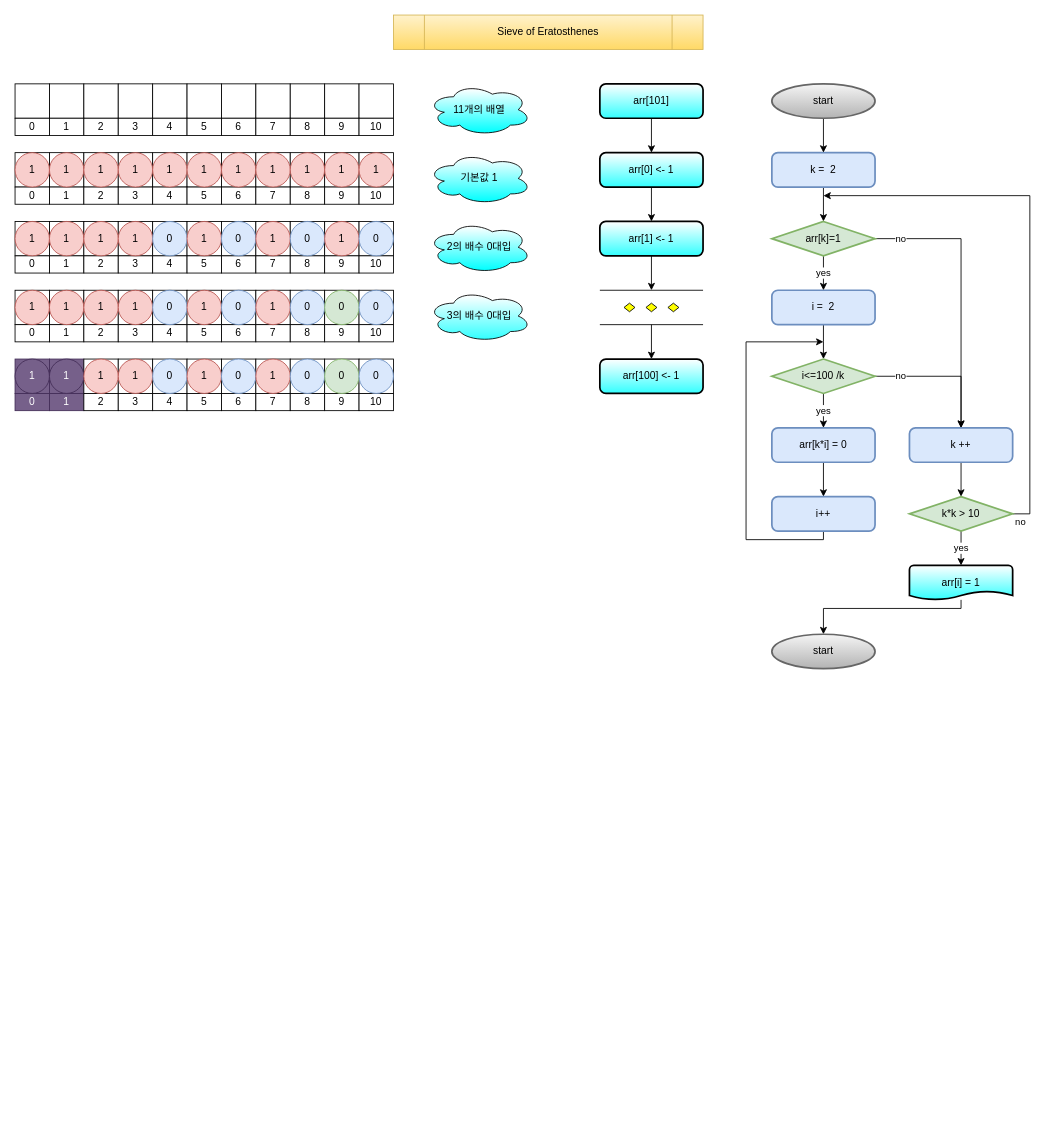
Earlier version of the draw.io diagram Sieve of Eratosthenes/Sieve of Eratosthenes.drawio (thf9323/AlgorithmLab). Source tidied: cells renumbered, new cells numbered last; positions are measured from the earlier drawing's top-left corner, leaving out a move shared by most shapes. Both pictures are drawn from the tidied source at 86%, with x=0, y=0 at pixel (15, 15).
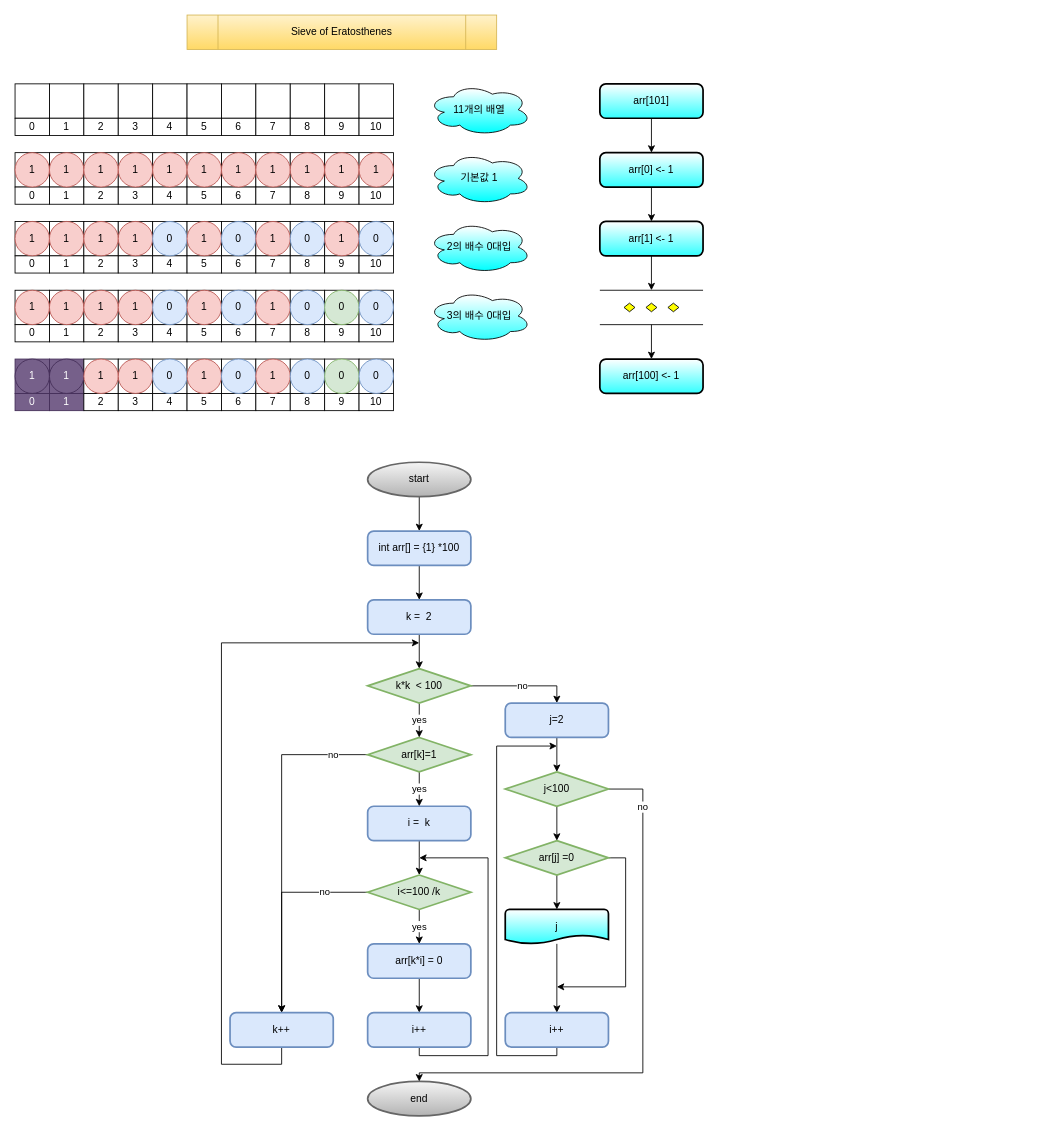
The same page after the edit.

What changed in the source:
```diff
@@
     <mxCell id="24" value="Sieve of Eratosthenes" style="shape=process;whiteSpace=wrap;html=1;backgroundOutline=1;fillColor=#fff2cc;gradientColor=#ffd966;strokeColor=#d6b656;" parent="1" vertex="1">
-      <mxGeometry x="440" width="360" height="40" as="geometry" />
+      <mxGeometry x="200" width="360" height="40" as="geometry" />
     </mxCell>
@@
     <mxCell id="170" style="edgeStyle=orthogonalEdgeStyle;rounded=0;jettySize=auto;html=1;" parent="1" edge="1" source="171">
       <mxGeometry relative="1" as="geometry">
-        <mxPoint x="940" y="400" as="targetPoint" />
+        <mxPoint x="470" y="1000" as="targetPoint" />
       </mxGeometry>
     </mxCell>
-    <mxCell id="171" value="i =&amp;nbsp; 2" style="rounded=1;whiteSpace=wrap;html=1;absoluteArcSize=1;arcSize=14;strokeWidth=2;fillColor=#dae8fc;strokeColor=#6c8ebf;" parent="1" vertex="1">
-      <mxGeometry x="880" y="320" width="120" height="40" as="geometry" />
+    <mxCell id="171" value="i =&amp;nbsp; k" style="rounded=1;whiteSpace=wrap;html=1;absoluteArcSize=1;arcSize=14;strokeWidth=2;fillColor=#dae8fc;strokeColor=#6c8ebf;" parent="1" vertex="1">
+      <mxGeometry x="410" y="920" width="120" height="40" as="geometry" />
     </mxCell>
@@
-    <mxCell id="173" value="no" style="edgeStyle=orthogonalEdgeStyle;rounded=0;jettySize=auto;html=1;entryX=0.5;entryY=0;entryDx=0;entryDy=0;" parent="1" edge="1" source="174" target="182">
-      <mxGeometry x="-0.62" relative="1" as="geometry" />
-    </mxCell>
+    <mxCell id="194" value="no" style="edgeStyle=orthogonalEdgeStyle;rounded=0;jettySize=auto;html=1;entryX=0.5;entryY=0;entryDx=0;entryDy=0;" parent="1" edge="1" source="174" target="201">
+      <mxGeometry x="-0.58" relative="1" as="geometry" />
+    </mxCell>
     <mxCell id="174" value="i&amp;lt;=100 /k" style="strokeWidth=2;html=1;shape=mxgraph.flowchart.decision;whiteSpace=wrap;fillColor=#d5e8d4;strokeColor=#82b366;" parent="1" vertex="1">
-      <mxGeometry x="880" y="400" width="120" height="40" as="geometry" />
+      <mxGeometry x="410" y="1000" width="120" height="40" as="geometry" />
     </mxCell>
@@
     <mxCell id="176" value="arr[k*i] = 0" style="rounded=1;whiteSpace=wrap;html=1;absoluteArcSize=1;arcSize=14;strokeWidth=2;fillColor=#dae8fc;strokeColor=#6c8ebf;" parent="1" vertex="1">
-      <mxGeometry x="880" y="480" width="120" height="40" as="geometry" />
+      <mxGeometry x="410" y="1080" width="120" height="40" as="geometry" />
     </mxCell>
-    <mxCell id="177" style="edgeStyle=orthogonalEdgeStyle;rounded=0;jettySize=auto;html=1;" parent="1" edge="1" source="178">
-      <mxGeometry relative="1" as="geometry">
-        <mxPoint x="940" y="380" as="targetPoint" />
-        <Array as="points">
-          <mxPoint x="940" y="610" />
-          <mxPoint x="850" y="610" />
-          <mxPoint x="850" y="380" />
-        </Array>
-      </mxGeometry>
-    </mxCell>
+    <mxCell id="195" style="edgeStyle=orthogonalEdgeStyle;rounded=0;jettySize=auto;html=1;" parent="1" edge="1" source="178">
+      <mxGeometry relative="1" as="geometry">
+        <mxPoint x="470" y="980" as="targetPoint" />
+        <Array as="points">
+          <mxPoint x="470" y="1210" />
+          <mxPoint x="550" y="1210" />
+          <mxPoint x="550" y="980" />
+        </Array>
+      </mxGeometry>
+    </mxCell>
     <mxCell id="178" value="i++" style="rounded=1;whiteSpace=wrap;html=1;absoluteArcSize=1;arcSize=14;strokeWidth=2;fillColor=#dae8fc;strokeColor=#6c8ebf;" parent="1" vertex="1">
-      <mxGeometry x="880" y="560" width="120" height="40" as="geometry" />
+      <mxGeometry x="410" y="1160" width="120" height="40" as="geometry" />
     </mxCell>
-    <mxCell id="179" style="edgeStyle=orthogonalEdgeStyle;rounded=0;jettySize=auto;html=1;" parent="1" edge="1" source="180" target="185">
-      <mxGeometry relative="1" as="geometry" />
-    </mxCell>
+    <mxCell id="196" style="edgeStyle=orthogonalEdgeStyle;rounded=0;jettySize=auto;html=1;" parent="1" edge="1" source="180" target="188">
+      <mxGeometry relative="1" as="geometry" />
+    </mxCell>
     <mxCell id="180" value="k =&amp;nbsp; 2" style="rounded=1;whiteSpace=wrap;html=1;absoluteArcSize=1;arcSize=14;strokeWidth=2;fillColor=#dae8fc;strokeColor=#6c8ebf;" parent="1" vertex="1">
-      <mxGeometry x="880" y="160" width="120" height="40" as="geometry" />
+      <mxGeometry x="410" y="680" width="120" height="40" as="geometry" />
     </mxCell>
-    <mxCell id="181" style="edgeStyle=orthogonalEdgeStyle;rounded=0;jettySize=auto;html=1;" parent="1" edge="1" source="182" target="188">
-      <mxGeometry relative="1" as="geometry" />
-    </mxCell>
-    <mxCell id="182" value="k ++" style="rounded=1;whiteSpace=wrap;html=1;absoluteArcSize=1;arcSize=14;strokeWidth=2;fillColor=#dae8fc;strokeColor=#6c8ebf;" parent="1" vertex="1">
-      <mxGeometry x="1040" y="480" width="120" height="40" as="geometry" />
-    </mxCell>
@@
-    <mxCell id="184" value="no" style="edgeStyle=orthogonalEdgeStyle;rounded=0;jettySize=auto;html=1;entryX=0.5;entryY=0;entryDx=0;entryDy=0;" parent="1" edge="1" source="185" target="182">
-      <mxGeometry x="-0.81" relative="1" as="geometry" />
-    </mxCell>
+    <mxCell id="187" value="no" style="edgeStyle=orthogonalEdgeStyle;rounded=0;jettySize=auto;html=1;" parent="1" edge="1" source="185">
+      <mxGeometry x="-0.8" relative="1" as="geometry">
+        <mxPoint x="310" y="1160" as="targetPoint" />
+        <Array as="points">
+          <mxPoint x="310" y="860" />
+        </Array>
+      </mxGeometry>
+    </mxCell>
     <mxCell id="185" value="arr[k]=1" style="strokeWidth=2;html=1;shape=mxgraph.flowchart.decision;whiteSpace=wrap;fillColor=#d5e8d4;strokeColor=#82b366;" parent="1" vertex="1">
-      <mxGeometry x="880" y="240" width="120" height="40" as="geometry" />
+      <mxGeometry x="410" y="840" width="120" height="40" as="geometry" />
     </mxCell>
-    <mxCell id="186" value="yes" style="edgeStyle=orthogonalEdgeStyle;rounded=0;jettySize=auto;html=1;" parent="1" edge="1" source="188" target="190">
+    <mxCell id="186" value="yes" style="edgeStyle=orthogonalEdgeStyle;rounded=0;jettySize=auto;html=1;" parent="1" edge="1" source="188" target="185">
       <mxGeometry relative="1" as="geometry" />
     </mxCell>
-    <mxCell id="187" value="no" style="edgeStyle=orthogonalEdgeStyle;rounded=0;jettySize=auto;html=1;" parent="1" edge="1" source="188">
-      <mxGeometry x="-0.97" y="-10" relative="1" as="geometry">
-        <mxPoint x="940" y="210" as="targetPoint" />
-        <Array as="points">
-          <mxPoint x="1180" y="580" />
-          <mxPoint x="1180" y="210" />
-        </Array>
-      </mxGeometry>
-    </mxCell>
+    <mxCell id="197" value="no" style="edgeStyle=orthogonalEdgeStyle;rounded=0;jettySize=auto;html=1;entryX=0.5;entryY=0;entryDx=0;entryDy=0;" parent="1" edge="1" source="188" target="203">
+      <mxGeometry relative="1" as="geometry" />
+    </mxCell>
-    <mxCell id="188" value="k*k &amp;gt; 10" style="strokeWidth=2;html=1;shape=mxgraph.flowchart.decision;whiteSpace=wrap;fillColor=#d5e8d4;strokeColor=#82b366;" parent="1" vertex="1">
-      <mxGeometry x="1040" y="560" width="120" height="40" as="geometry" />
+    <mxCell id="188" value="k*k&amp;nbsp; &amp;lt; 100" style="strokeWidth=2;html=1;shape=mxgraph.flowchart.decision;whiteSpace=wrap;fillColor=#d5e8d4;strokeColor=#82b366;" parent="1" vertex="1">
+      <mxGeometry x="410" y="760" width="120" height="40" as="geometry" />
     </mxCell>
-    <mxCell id="189" style="edgeStyle=orthogonalEdgeStyle;rounded=0;jettySize=auto;html=1;entryX=0.5;entryY=0;entryDx=0;entryDy=0;entryPerimeter=0;" parent="1" edge="1" source="190" target="193">
-      <mxGeometry relative="1" as="geometry">
-        <Array as="points">
-          <mxPoint x="1100" y="690" />
-          <mxPoint x="940" y="690" />
-        </Array>
-      </mxGeometry>
-    </mxCell>
+    <mxCell id="198" style="edgeStyle=orthogonalEdgeStyle;rounded=0;jettySize=auto;html=1;" parent="1" edge="1" source="190" target="211">
+      <mxGeometry relative="1" as="geometry" />
+    </mxCell>
-    <mxCell id="190" value="arr[i] = 1" style="strokeWidth=2;html=1;shape=mxgraph.flowchart.document2;whiteSpace=wrap;size=0.25;gradientColor=#33FFFF;" parent="1" vertex="1">
-      <mxGeometry x="1040" y="640" width="120" height="40" as="geometry" />
+    <mxCell id="190" value="j" style="strokeWidth=2;html=1;shape=mxgraph.flowchart.document2;whiteSpace=wrap;size=0.25;gradientColor=#33FFFF;" parent="1" vertex="1">
+      <mxGeometry x="570" y="1040" width="120" height="40" as="geometry" />
     </mxCell>
-    <mxCell id="191" style="edgeStyle=orthogonalEdgeStyle;rounded=0;jettySize=auto;html=1;" parent="1" edge="1" source="192" target="180">
-      <mxGeometry relative="1" as="geometry" />
-    </mxCell>
+    <mxCell id="199" style="edgeStyle=orthogonalEdgeStyle;rounded=0;jettySize=auto;html=1;" parent="1" edge="1" source="192" target="213">
+      <mxGeometry relative="1" as="geometry" />
+    </mxCell>
     <mxCell id="192" value="start" style="strokeWidth=2;html=1;shape=mxgraph.flowchart.start_2;whiteSpace=wrap;fillColor=#f5f5f5;gradientColor=#b3b3b3;strokeColor=#666666;" parent="1" vertex="1">
-      <mxGeometry x="880" y="80" width="120" height="40" as="geometry" />
+      <mxGeometry x="410" y="520" width="120" height="40" as="geometry" />
     </mxCell>
-    <mxCell id="193" value="start" style="strokeWidth=2;html=1;shape=mxgraph.flowchart.start_2;whiteSpace=wrap;fillColor=#f5f5f5;gradientColor=#b3b3b3;strokeColor=#666666;" parent="1" vertex="1">
-      <mxGeometry x="880" y="720" width="120" height="40" as="geometry" />
+    <mxCell id="193" value="end" style="strokeWidth=2;html=1;shape=mxgraph.flowchart.start_2;whiteSpace=wrap;fillColor=#f5f5f5;gradientColor=#b3b3b3;strokeColor=#666666;" parent="1" vertex="1">
+      <mxGeometry x="410" y="1240" width="120" height="40" as="geometry" />
     </mxCell>
+    <mxCell id="200" style="edgeStyle=orthogonalEdgeStyle;rounded=0;jettySize=auto;html=1;" parent="1" edge="1" source="201">
+      <mxGeometry relative="1" as="geometry">
+        <mxPoint x="470" y="730" as="targetPoint" />
+        <Array as="points">
+          <mxPoint x="310" y="1220" />
+          <mxPoint x="240" y="1220" />
+          <mxPoint x="240" y="730" />
+        </Array>
+      </mxGeometry>
+    </mxCell>
+    <mxCell id="201" value="k++" style="rounded=1;whiteSpace=wrap;html=1;absoluteArcSize=1;arcSize=14;strokeWidth=2;fillColor=#dae8fc;strokeColor=#6c8ebf;" parent="1" vertex="1">
+      <mxGeometry x="250" y="1160" width="120" height="40" as="geometry" />
+    </mxCell>
+    <mxCell id="202" style="edgeStyle=orthogonalEdgeStyle;rounded=0;jettySize=auto;html=1;" parent="1" edge="1" source="203" target="209">
+      <mxGeometry relative="1" as="geometry" />
+    </mxCell>
+    <mxCell id="203" value="j=2" style="rounded=1;whiteSpace=wrap;html=1;absoluteArcSize=1;arcSize=14;strokeWidth=2;fillColor=#dae8fc;strokeColor=#6c8ebf;" parent="1" vertex="1">
+      <mxGeometry x="570" y="800" width="120" height="40" as="geometry" />
+    </mxCell>
+    <mxCell id="204" style="edgeStyle=orthogonalEdgeStyle;rounded=0;jettySize=auto;html=1;" parent="1" edge="1" source="206" target="190">
+      <mxGeometry relative="1" as="geometry" />
+    </mxCell>
+    <mxCell id="205" style="edgeStyle=orthogonalEdgeStyle;rounded=0;jettySize=auto;html=1;" parent="1" edge="1" source="206">
+      <mxGeometry relative="1" as="geometry">
+        <mxPoint x="630" y="1130" as="targetPoint" />
+        <Array as="points">
+          <mxPoint x="710" y="980" />
+          <mxPoint x="710" y="1130" />
+        </Array>
+      </mxGeometry>
+    </mxCell>
+    <mxCell id="206" value="arr[j] =0" style="strokeWidth=2;html=1;shape=mxgraph.flowchart.decision;whiteSpace=wrap;fillColor=#d5e8d4;strokeColor=#82b366;" parent="1" vertex="1">
+      <mxGeometry x="570" y="960" width="120" height="40" as="geometry" />
+    </mxCell>
+    <mxCell id="207" style="edgeStyle=orthogonalEdgeStyle;rounded=0;jettySize=auto;html=1;" parent="1" edge="1" source="209" target="206">
+      <mxGeometry relative="1" as="geometry" />
+    </mxCell>
+    <mxCell id="208" value="no" style="edgeStyle=orthogonalEdgeStyle;rounded=0;jettySize=auto;html=1;entryX=0.5;entryY=0;entryDx=0;entryDy=0;entryPerimeter=0;" parent="1" edge="1" source="209" target="193">
+      <mxGeometry x="-0.81" relative="1" as="geometry">
+        <Array as="points">
+          <mxPoint x="730" y="900" />
+          <mxPoint x="730" y="1230" />
+          <mxPoint x="470" y="1230" />
+        </Array>
+      </mxGeometry>
+    </mxCell>
+    <mxCell id="209" value="j&amp;lt;100" style="strokeWidth=2;html=1;shape=mxgraph.flowchart.decision;whiteSpace=wrap;fillColor=#d5e8d4;strokeColor=#82b366;" parent="1" vertex="1">
+      <mxGeometry x="570" y="880" width="120" height="40" as="geometry" />
+    </mxCell>
+    <mxCell id="210" style="edgeStyle=orthogonalEdgeStyle;rounded=0;jettySize=auto;html=1;" parent="1" edge="1" source="211">
+      <mxGeometry relative="1" as="geometry">
+        <mxPoint x="630" y="850" as="targetPoint" />
+        <Array as="points">
+          <mxPoint x="630" y="1210" />
+          <mxPoint x="560" y="1210" />
+          <mxPoint x="560" y="850" />
+        </Array>
+      </mxGeometry>
+    </mxCell>
+    <mxCell id="211" value="i++" style="rounded=1;whiteSpace=wrap;html=1;absoluteArcSize=1;arcSize=14;strokeWidth=2;fillColor=#dae8fc;strokeColor=#6c8ebf;" parent="1" vertex="1">
+      <mxGeometry x="570" y="1160" width="120" height="40" as="geometry" />
+    </mxCell>
+    <mxCell id="212" style="edgeStyle=orthogonalEdgeStyle;rounded=0;jettySize=auto;html=1;" parent="1" edge="1" source="213" target="180">
+      <mxGeometry relative="1" as="geometry" />
+    </mxCell>
+    <mxCell id="213" value="int arr[] = {1} *100" style="rounded=1;whiteSpace=wrap;html=1;absoluteArcSize=1;arcSize=14;strokeWidth=2;fillColor=#dae8fc;strokeColor=#6c8ebf;" parent="1" vertex="1">
+      <mxGeometry x="410" y="600" width="120" height="40" as="geometry" />
+    </mxCell>
```
